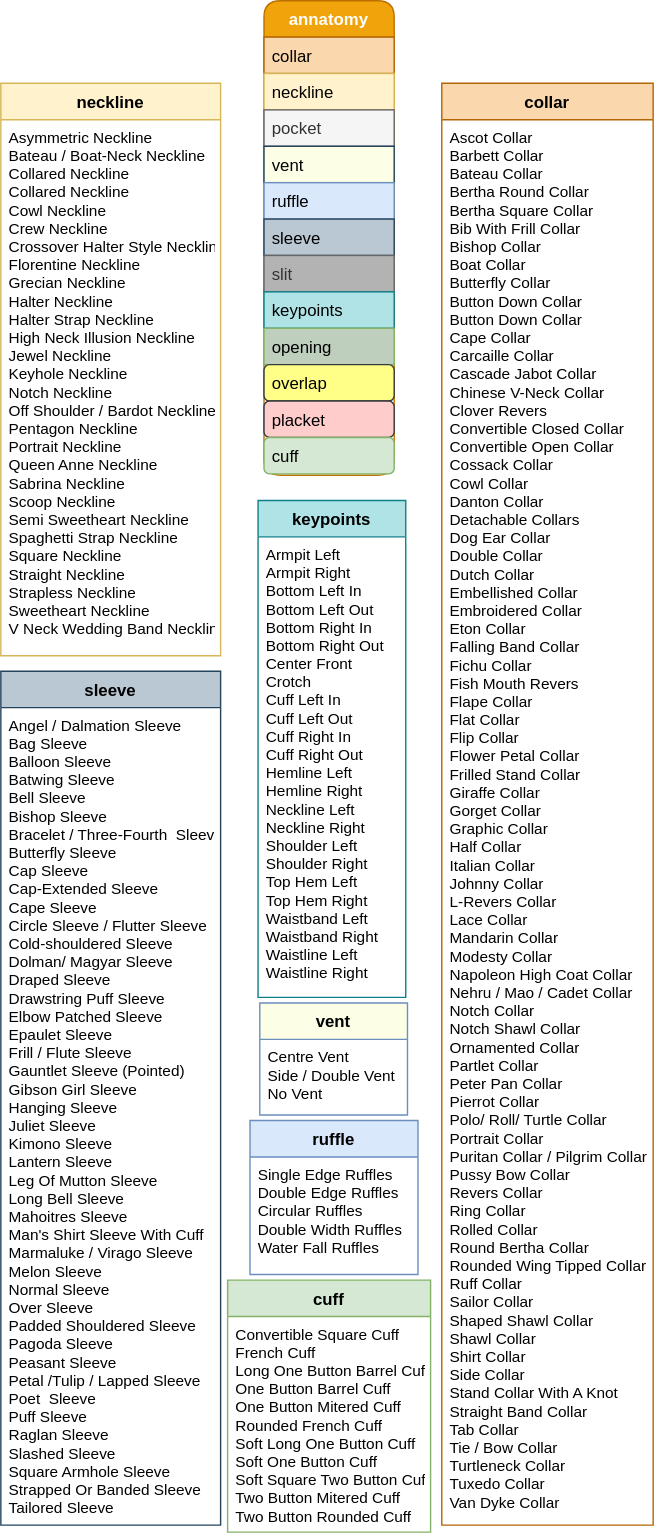
Earlier version of the draw.io export figures/anatomy.svg (morawi/ddoif). Source tidied: cells renumbered, new cells last; positions are measured from the earlier drawing's top-left corner, leaving out a move shared by most shapes.
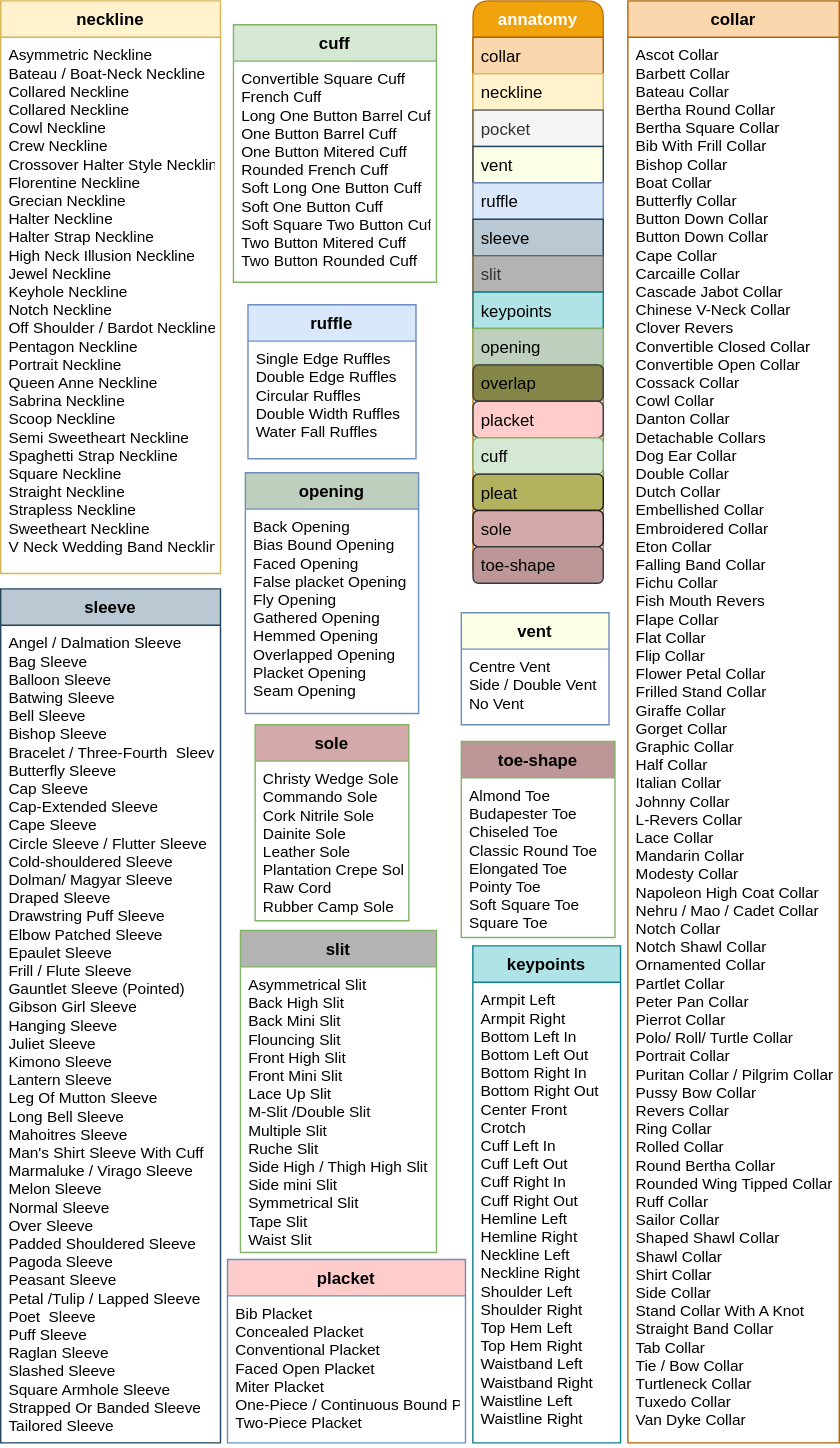
After the change.

Change to the diagram source:
```diff
@@ -3,49 +3,67 @@
     <mxCell id="0" />
     <mxCell id="1" parent="0" />
     <mxCell id="2" value="neckline" style="swimlane;fontStyle=1;align=center;verticalAlign=top;horizontal=1;startSize=26;rounded=0;shadow=0;strokeWidth=1;swimlaneFillColor=#ffffff;fillColor=#fff2cc;strokeColor=#d6b656;" parent="1" vertex="1">
-      <mxGeometry y="59" width="157" height="409" as="geometry" />
+      <mxGeometry y="242" width="157" height="409" as="geometry" />
     </mxCell>
     <mxCell id="3" value="Asymmetric Neckline&#10;Bateau / Boat-Neck Neckline&#10;Collared Neckline&#10;Collared Neckline&#10;Cowl Neckline&#10;Crew Neckline&#10;Crossover Halter Style Neckline&#10;Florentine Neckline&#10;Grecian Neckline&#10;Halter Neckline&#10;Halter Strap Neckline&#10;High Neck Illusion Neckline&#10;Jewel Neckline&#10;Keyhole Neckline&#10;Notch Neckline&#10;Off Shoulder / Bardot Neckline&#10;Pentagon Neckline&#10;Portrait Neckline&#10;Queen Anne Neckline&#10;Sabrina Neckline&#10;Scoop Neckline&#10;Semi Sweetheart Neckline&#10;Spaghetti Strap Neckline&#10;Square Neckline&#10;Straight Neckline&#10;Strapless Neckline&#10;Sweetheart Neckline&#10;V Neck Wedding Band Neckline" style="text;align=left;verticalAlign=top;spacingLeft=4;spacingRight=4;overflow=hidden;fontSize=11;fontColor=#000000;" parent="2" vertex="1">
       <mxGeometry y="26" width="157" height="374" as="geometry" />
     </mxCell>
+    <mxCell id="14" value="sleeve" style="swimlane;fontStyle=1;align=center;verticalAlign=top;horizontal=1;startSize=26;rounded=0;shadow=0;strokeWidth=1;swimlaneFillColor=#ffffff;fillColor=#bac8d3;strokeColor=#23445d;" parent="1" vertex="1">
+      <mxGeometry y="662" width="157" height="610" as="geometry" />
+    </mxCell>
+    <mxCell id="15" value="Angel / Dalmation Sleeve&#10;Bag Sleeve&#10;Balloon Sleeve&#10;Batwing Sleeve&#10;Bell Sleeve&#10;Bishop Sleeve&#10;Bracelet / Three-Fourth  Sleeve&#10;Butterfly Sleeve&#10;Cap Sleeve&#10;Cap-Extended Sleeve&#10;Cape Sleeve&#10;Circle Sleeve / Flutter Sleeve&#10;Cold-shouldered Sleeve&#10;Dolman/ Magyar Sleeve&#10;Draped Sleeve&#10;Drawstring Puff Sleeve&#10;Elbow Patched Sleeve&#10;Epaulet Sleeve&#10;Frill / Flute Sleeve&#10;Gauntlet Sleeve (Pointed)&#10;Gibson Girl Sleeve&#10;Hanging Sleeve&#10;Juliet Sleeve&#10;Kimono Sleeve&#10;Lantern Sleeve&#10;Leg Of Mutton Sleeve&#10;Long Bell Sleeve&#10;Mahoitres Sleeve&#10;Man's Shirt Sleeve With Cuff&#10;Marmaluke / Virago Sleeve&#10;Melon Sleeve&#10;Normal Sleeve&#10;Over Sleeve&#10;Padded Shouldered Sleeve&#10;Pagoda Sleeve&#10;Peasant Sleeve&#10;Petal /Tulip / Lapped Sleeve&#10;Poet  Sleeve&#10;Puff Sleeve&#10;Raglan Sleeve&#10;Slashed Sleeve&#10;Square Armhole Sleeve&#10;Strapped Or Banded Sleeve&#10;Tailored Sleeve" style="text;align=left;verticalAlign=top;spacingLeft=4;spacingRight=4;overflow=hidden;fontSize=11;fontColor=#000000;" parent="14" vertex="1">
+      <mxGeometry y="26" width="157" height="574" as="geometry" />
+    </mxCell>
     <mxCell id="4" value="collar" style="swimlane;fontStyle=1;align=center;verticalAlign=top;horizontal=1;startSize=26;rounded=0;shadow=0;strokeWidth=1;swimlaneFillColor=#ffffff;fillColor=#fad7ac;strokeColor=#b46504;" parent="1" vertex="1">
-      <mxGeometry x="315" y="59" width="151" height="1030" as="geometry" />
+      <mxGeometry x="448" y="242" width="151" height="1030" as="geometry" />
     </mxCell>
     <mxCell id="5" value="Ascot Collar&#10;Barbett Collar&#10;Bateau Collar&#10;Bertha Round Collar&#10;Bertha Square Collar&#10;Bib With Frill Collar&#10;Bishop Collar&#10;Boat Collar&#10;Butterfly Collar&#10;Button Down Collar&#10;Button Down Collar&#10;Cape Collar&#10;Carcaille Collar&#10;Cascade Jabot Collar&#10;Chinese V-Neck Collar&#10;Clover Revers&#10;Convertible Closed Collar&#10;Convertible Open Collar&#10;Cossack Collar&#10;Cowl Collar&#10;Danton Collar&#10;Detachable Collars&#10;Dog Ear Collar&#10;Double Collar&#10;Dutch Collar&#10;Embellished Collar&#10;Embroidered Collar&#10;Eton Collar&#10;Falling Band Collar&#10;Fichu Collar&#10;Fish Mouth Revers&#10;Flape Collar&#10;Flat Collar&#10;Flip Collar&#10;Flower Petal Collar&#10;Frilled Stand Collar&#10;Giraffe Collar&#10;Gorget Collar&#10;Graphic Collar&#10;Half Collar&#10;Italian Collar&#10;Johnny Collar&#10;L-Revers Collar&#10;Lace Collar&#10;Mandarin Collar&#10;Modesty Collar&#10;Napoleon High Coat Collar&#10;Nehru / Mao / Cadet Collar&#10;Notch Collar&#10;Notch Shawl Collar&#10;Ornamented Collar&#10;Partlet Collar&#10;Peter Pan Collar&#10;Pierrot Collar&#10;Polo/ Roll/ Turtle Collar&#10;Portrait Collar&#10;Puritan Collar / Pilgrim Collar&#10;Pussy Bow Collar&#10;Revers Collar&#10;Ring Collar&#10;Rolled Collar&#10;Round Bertha Collar&#10;Rounded Wing Tipped Collar&#10;Ruff Collar&#10;Sailor Collar&#10;Shaped Shawl Collar&#10;Shawl Collar&#10;Shirt Collar&#10;Side Collar&#10;Stand Collar With A Knot&#10;Straight Band Collar&#10;Tab Collar&#10;Tie / Bow Collar&#10;Turtleneck Collar&#10;Tuxedo Collar&#10;Van Dyke Collar" style="text;align=left;verticalAlign=top;spacingLeft=4;spacingRight=4;overflow=hidden;fontSize=11;fontColor=#000000;" parent="4" vertex="1">
       <mxGeometry y="26" width="151" height="1004" as="geometry" />
     </mxCell>
     <mxCell id="6" value="keypoints" style="swimlane;fontStyle=1;align=center;verticalAlign=top;horizontal=1;startSize=26;rounded=0;shadow=0;strokeWidth=1;swimlaneFillColor=#ffffff;fillColor=#b0e3e6;strokeColor=#0e8088;" parent="1" vertex="1">
-      <mxGeometry x="183.8" y="357" width="105.5" height="355" as="geometry" />
+      <mxGeometry x="337.2" y="917" width="105.5" height="355" as="geometry" />
     </mxCell>
     <mxCell id="7" value="Armpit Left&#10;Armpit Right&#10;Bottom Left In&#10;Bottom Left Out&#10;Bottom Right In&#10;Bottom Right Out&#10;Center Front&#10;Crotch&#10;Cuff Left In&#10;Cuff Left Out&#10;Cuff Right In&#10;Cuff Right Out&#10;Hemline Left&#10;Hemline Right&#10;Neckline Left&#10;Neckline Right&#10;Shoulder Left&#10;Shoulder Right&#10;Top Hem Left&#10;Top Hem Right&#10;Waistband Left&#10;Waistband Right&#10;Waistline Left&#10;Waistline Right" style="text;align=left;verticalAlign=top;spacingLeft=4;spacingRight=4;overflow=hidden;fontSize=11;fontColor=#000000;" parent="6" vertex="1">
       <mxGeometry y="26" width="105.5" height="324" as="geometry" />
     </mxCell>
+    <mxCell id="29" value="placket" style="swimlane;fontStyle=1;align=center;verticalAlign=top;horizontal=1;startSize=26;rounded=0;shadow=0;strokeWidth=1;swimlaneFillColor=#ffffff;fillColor=#FFCCCC;strokeColor=#6c8ebf;" parent="1" vertex="1">
+      <mxGeometry x="162" y="1141" width="170" height="131" as="geometry" />
+    </mxCell>
+    <mxCell id="30" value="Bib Placket&#10;Concealed Placket&#10;Conventional Placket&#10;Faced Open Placket&#10;Miter Placket&#10;One-Piece / Continuous Bound Placket&#10;Two-Piece Placket" style="text;align=left;verticalAlign=top;spacingLeft=4;spacingRight=4;overflow=hidden;fontSize=11;fontColor=#000000;" parent="29" vertex="1">
+      <mxGeometry y="26" width="170" height="104" as="geometry" />
+    </mxCell>
+    <mxCell id="31" value="sole" style="swimlane;fontStyle=1;align=center;verticalAlign=top;horizontal=1;startSize=26;rounded=0;shadow=0;strokeWidth=1;swimlaneFillColor=#ffffff;fillColor=#D4A9A9;strokeColor=#82b366;" parent="1" vertex="1">
+      <mxGeometry x="181.8" y="759" width="109.8" height="140" as="geometry" />
+    </mxCell>
+    <mxCell id="32" value="Christy Wedge Sole&#10;Commando Sole&#10;Cork Nitrile Sole&#10;Dainite Sole&#10;Leather Sole&#10;Plantation Crepe Sole&#10;Raw Cord&#10;Rubber Camp Sole" style="text;align=left;verticalAlign=top;spacingLeft=4;spacingRight=4;overflow=hidden;fontSize=11;fontColor=#000000;" parent="31" vertex="1">
+      <mxGeometry y="26" width="109.8" height="114" as="geometry" />
+    </mxCell>
+    <mxCell id="33" value="toe-shape" style="swimlane;fontStyle=1;align=center;verticalAlign=top;horizontal=1;startSize=26;rounded=0;shadow=0;strokeWidth=1;swimlaneFillColor=#ffffff;fillColor=#BD9797;strokeColor=#82b366;" parent="1" vertex="1">
+      <mxGeometry x="329" y="771" width="109.8" height="140" as="geometry" />
+    </mxCell>
+    <mxCell id="34" value="Almond Toe&#10;Budapester Toe&#10;Chiseled Toe&#10;Classic Round Toe&#10;Elongated Toe&#10;Pointy Toe&#10;Soft Square Toe&#10;Square Toe" style="text;align=left;verticalAlign=top;spacingLeft=4;spacingRight=4;overflow=hidden;fontSize=11;fontColor=#000000;" parent="33" vertex="1">
+      <mxGeometry y="26" width="109.8" height="114" as="geometry" />
+    </mxCell>
+    <mxCell id="10" value="vent" style="swimlane;fontStyle=1;align=center;verticalAlign=top;horizontal=1;startSize=26;rounded=0;shadow=0;strokeWidth=1;swimlaneFillColor=#ffffff;fillColor=#FCFFE6;strokeColor=#6c8ebf;" parent="1" vertex="1">
+      <mxGeometry x="329" y="679" width="105.5" height="80" as="geometry" />
+    </mxCell>
+    <mxCell id="11" value="Centre Vent&#10;Side / Double Vent&#10;No Vent" style="text;align=left;verticalAlign=top;spacingLeft=4;spacingRight=4;overflow=hidden;fontSize=11;fontColor=#000000;" parent="10" vertex="1">
+      <mxGeometry y="26" width="105.5" height="44" as="geometry" />
+    </mxCell>
     <mxCell id="8" value="cuff" style="swimlane;fontStyle=1;align=center;verticalAlign=top;horizontal=1;startSize=26;rounded=0;shadow=0;strokeWidth=1;swimlaneFillColor=#ffffff;fillColor=#d5e8d4;strokeColor=#82b366;" parent="1" vertex="1">
-      <mxGeometry x="162" y="914" width="145" height="180" as="geometry" />
+      <mxGeometry x="166.3" y="259" width="145" height="184" as="geometry" />
     </mxCell>
     <mxCell id="9" value="Convertible Square Cuff&#10;French Cuff&#10;Long One Button Barrel Cuff&#10;One Button Barrel Cuff&#10;One Button Mitered Cuff&#10;Rounded French Cuff&#10;Soft Long One Button Cuff&#10;Soft One Button Cuff&#10;Soft Square Two Button Cuff&#10;Two Button Mitered Cuff&#10;Two Button Rounded Cuff" style="text;align=left;verticalAlign=top;spacingLeft=4;spacingRight=4;overflow=hidden;fontSize=11;fontColor=#000000;" parent="8" vertex="1">
       <mxGeometry y="26" width="145" height="154" as="geometry" />
     </mxCell>
-    <mxCell id="10" value="vent" style="swimlane;fontStyle=1;align=center;verticalAlign=top;horizontal=1;startSize=26;rounded=0;shadow=0;strokeWidth=1;swimlaneFillColor=#ffffff;fillColor=#FCFFE6;strokeColor=#6c8ebf;" parent="1" vertex="1">
-      <mxGeometry x="185" y="716" width="105.5" height="80" as="geometry" />
-    </mxCell>
-    <mxCell id="11" value="Centre Vent&#10;Side / Double Vent&#10;No Vent" style="text;align=left;verticalAlign=top;spacingLeft=4;spacingRight=4;overflow=hidden;fontSize=11;fontColor=#000000;" parent="10" vertex="1">
-      <mxGeometry y="26" width="105.5" height="44" as="geometry" />
-    </mxCell>
     <mxCell id="12" value="ruffle" style="swimlane;fontStyle=1;align=center;verticalAlign=top;horizontal=1;startSize=26;rounded=0;shadow=0;strokeWidth=1;swimlaneFillColor=#ffffff;fillColor=#dae8fc;strokeColor=#6c8ebf;" parent="1" vertex="1">
-      <mxGeometry x="178" y="800" width="120" height="110" as="geometry" />
+      <mxGeometry x="176.6" y="459" width="120" height="110" as="geometry" />
     </mxCell>
     <mxCell id="13" value="Single Edge Ruffles &#10;Double Edge Ruffles &#10;Circular Ruffles&#10;Double Width Ruffles &#10;Water Fall Ruffles " style="text;align=left;verticalAlign=top;spacingLeft=4;spacingRight=4;overflow=hidden;fontSize=11;fontColor=#000000;" parent="12" vertex="1">
       <mxGeometry y="26" width="120" height="84" as="geometry" />
     </mxCell>
-    <mxCell id="14" value="sleeve" style="swimlane;fontStyle=1;align=center;verticalAlign=top;horizontal=1;startSize=26;rounded=0;shadow=0;strokeWidth=1;swimlaneFillColor=#ffffff;fillColor=#bac8d3;strokeColor=#23445d;" parent="1" vertex="1">
-      <mxGeometry y="479" width="157" height="610" as="geometry" />
-    </mxCell>
-    <mxCell id="15" value="Angel / Dalmation Sleeve&#10;Bag Sleeve&#10;Balloon Sleeve&#10;Batwing Sleeve&#10;Bell Sleeve&#10;Bishop Sleeve&#10;Bracelet / Three-Fourth  Sleeve&#10;Butterfly Sleeve&#10;Cap Sleeve&#10;Cap-Extended Sleeve&#10;Cape Sleeve&#10;Circle Sleeve / Flutter Sleeve&#10;Cold-shouldered Sleeve&#10;Dolman/ Magyar Sleeve&#10;Draped Sleeve&#10;Drawstring Puff Sleeve&#10;Elbow Patched Sleeve&#10;Epaulet Sleeve&#10;Frill / Flute Sleeve&#10;Gauntlet Sleeve (Pointed)&#10;Gibson Girl Sleeve&#10;Hanging Sleeve&#10;Juliet Sleeve&#10;Kimono Sleeve&#10;Lantern Sleeve&#10;Leg Of Mutton Sleeve&#10;Long Bell Sleeve&#10;Mahoitres Sleeve&#10;Man's Shirt Sleeve With Cuff&#10;Marmaluke / Virago Sleeve&#10;Melon Sleeve&#10;Normal Sleeve&#10;Over Sleeve&#10;Padded Shouldered Sleeve&#10;Pagoda Sleeve&#10;Peasant Sleeve&#10;Petal /Tulip / Lapped Sleeve&#10;Poet  Sleeve&#10;Puff Sleeve&#10;Raglan Sleeve&#10;Slashed Sleeve&#10;Square Armhole Sleeve&#10;Strapped Or Banded Sleeve&#10;Tailored Sleeve" style="text;align=left;verticalAlign=top;spacingLeft=4;spacingRight=4;overflow=hidden;fontSize=11;fontColor=#000000;" parent="14" vertex="1">
-      <mxGeometry y="26" width="157" height="574" as="geometry" />
-    </mxCell>
     <mxCell id="16" value="annatomy" style="swimlane;fontStyle=1;align=center;verticalAlign=top;horizontal=1;startSize=26;rounded=1;shadow=0;strokeWidth=1;fillColor=#f0a30a;strokeColor=#BD7000;fontColor=#ffffff;" parent="1" vertex="1">
-      <mxGeometry x="188" width="93" height="339" as="geometry" />
+      <mxGeometry x="337.4" y="242" width="93" height="416" as="geometry" />
     </mxCell>
     <mxCell id="17" value="collar" style="text;align=left;verticalAlign=top;spacingLeft=4;spacingRight=4;overflow=hidden;fillColor=#fad7ac;strokeColor=#b46504;" parent="16" vertex="1">
       <mxGeometry y="26" width="93" height="26" as="geometry" />
@@ -74,7 +92,7 @@
     <mxCell id="25" value="opening" style="text;align=left;verticalAlign=top;spacingLeft=4;spacingRight=4;overflow=hidden;rounded=0;shadow=0;html=0;fillColor=#BECFBD;strokeColor=#82b366;" parent="16" vertex="1">
       <mxGeometry y="234" width="93" height="26" as="geometry" />
     </mxCell>
-    <mxCell id="26" value="overlap" style="text;align=left;verticalAlign=top;spacingLeft=4;spacingRight=4;overflow=hidden;rounded=1;shadow=0;html=0;fillColor=#ffff88;strokeColor=#36393d;" parent="16" vertex="1">
+    <mxCell id="26" value="overlap" style="text;align=left;verticalAlign=top;spacingLeft=4;spacingRight=4;overflow=hidden;rounded=1;shadow=0;html=0;fillColor=#858547;strokeColor=#36393d;" parent="16" vertex="1">
       <mxGeometry y="260" width="93" height="26" as="geometry" />
     </mxCell>
     <mxCell id="27" value="placket" style="text;align=left;verticalAlign=top;spacingLeft=4;spacingRight=4;overflow=hidden;rounded=1;shadow=0;html=0;fillColor=#ffcccc;strokeColor=#36393d;" parent="16" vertex="1">
@@ -83,5 +101,26 @@
     <mxCell id="28" value="cuff" style="text;align=left;verticalAlign=top;spacingLeft=4;spacingRight=4;overflow=hidden;rounded=1;shadow=0;html=0;fillColor=#d5e8d4;strokeColor=#82b366;" parent="16" vertex="1">
       <mxGeometry y="312" width="93" height="26" as="geometry" />
     </mxCell>
+    <mxCell id="35" value="pleat" style="text;align=left;verticalAlign=top;spacingLeft=4;spacingRight=4;overflow=hidden;rounded=1;shadow=0;html=0;fillColor=#B3B35F;strokeColor=#1A1A1A;" parent="16" vertex="1">
+      <mxGeometry y="338" width="93" height="26" as="geometry" />
+    </mxCell>
+    <mxCell id="36" value="sole" style="text;align=left;verticalAlign=top;spacingLeft=4;spacingRight=4;overflow=hidden;rounded=1;shadow=0;html=0;fillColor=#D4A9A9;strokeColor=#1A1A1A;" parent="16" vertex="1">
+      <mxGeometry y="364" width="93" height="26" as="geometry" />
+    </mxCell>
+    <mxCell id="37" value="toe-shape" style="text;align=left;verticalAlign=top;spacingLeft=4;spacingRight=4;overflow=hidden;rounded=1;shadow=0;html=0;fillColor=#BD9797;strokeColor=#36393d;" parent="16" vertex="1">
+      <mxGeometry y="390" width="93" height="26" as="geometry" />
+    </mxCell>
+    <mxCell id="38" value="slit" style="swimlane;fontStyle=1;align=center;verticalAlign=top;horizontal=1;startSize=26;rounded=0;shadow=0;strokeWidth=1;swimlaneFillColor=#ffffff;fillColor=#B3B3B3;strokeColor=#82b366;" parent="1" vertex="1">
+      <mxGeometry x="171.3" y="906" width="140" height="230" as="geometry" />
+    </mxCell>
+    <mxCell id="39" value="Asymmetrical Slit&#10;Back High Slit&#10;Back Mini Slit&#10;Flouncing Slit&#10;Front High Slit&#10;Front Mini Slit&#10;Lace Up Slit&#10;M-Slit /Double Slit&#10;Multiple Slit&#10;Ruche Slit&#10;Side High / Thigh High Slit&#10;Side mini Slit&#10;Symmetrical Slit&#10;Tape Slit&#10;Waist Slit" style="text;align=left;verticalAlign=top;spacingLeft=4;spacingRight=4;overflow=hidden;fontSize=11;fontColor=#000000;" parent="38" vertex="1">
+      <mxGeometry y="26" width="140" height="204" as="geometry" />
+    </mxCell>
+    <mxCell id="40" value="opening" style="swimlane;fontStyle=1;align=center;verticalAlign=top;horizontal=1;startSize=26;rounded=0;shadow=0;strokeWidth=1;swimlaneFillColor=#ffffff;fillColor=#BECFBD;strokeColor=#6c8ebf;" parent="1" vertex="1">
+      <mxGeometry x="174.8" y="579" width="123.7" height="172" as="geometry" />
+    </mxCell>
+    <mxCell id="41" value="Back Opening&#10;Bias Bound Opening&#10;Faced Opening&#10;False placket Opening&#10;Fly Opening&#10;Gathered Opening&#10;Hemmed Opening&#10;Overlapped Opening&#10;Placket Opening&#10;Seam Opening" style="text;align=left;verticalAlign=top;spacingLeft=4;spacingRight=4;overflow=hidden;fontSize=11;fontColor=#000000;" parent="40" vertex="1">
+      <mxGeometry y="26" width="123.7" height="144" as="geometry" />
+    </mxCell>
   </root>
 </mxGraphModel>
```
